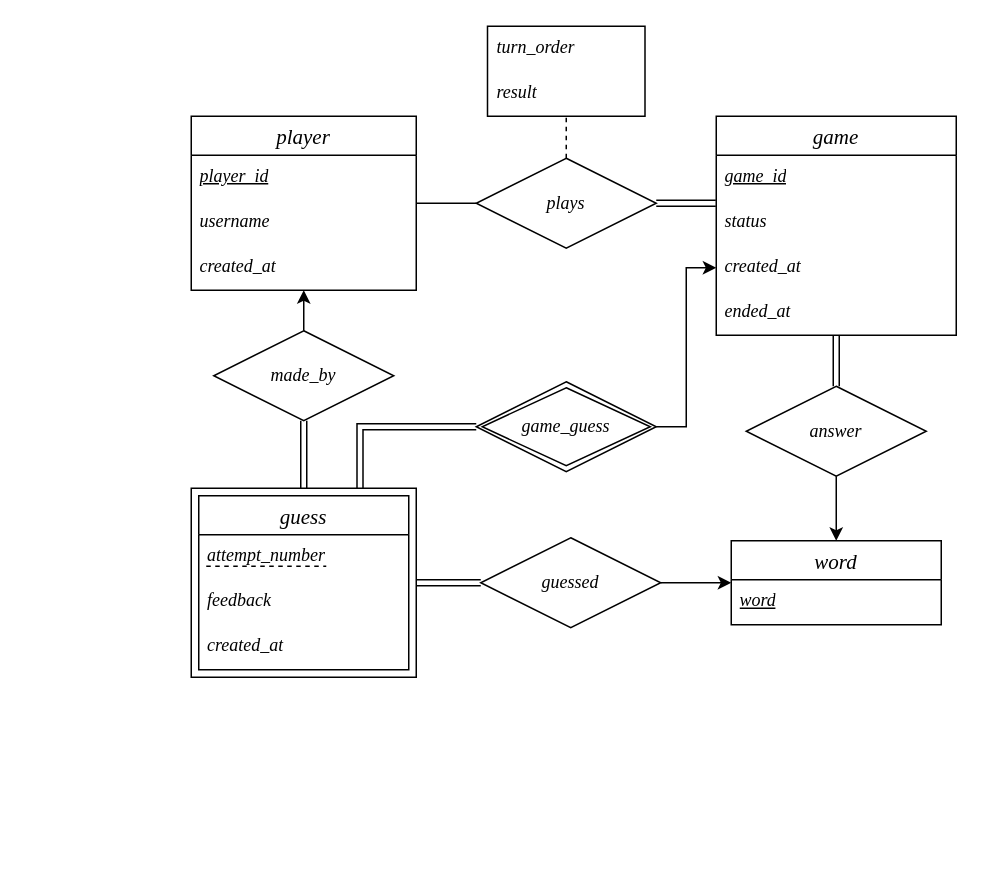
cmsc447-capstone/shared-state-wordle keeps this draw.io diagram as ER-Diagram/Wordle_ER_Diagram.drawio. Above is the earlier version. Source tidied: cells renumbered, new cells numbered last; positions are measured from the earlier drawing's top-left corner, leaving out a move shared by most shapes. Both pictures are drawn from the tidied source at 150%, with x=0, y=0 at pixel (190, 26).
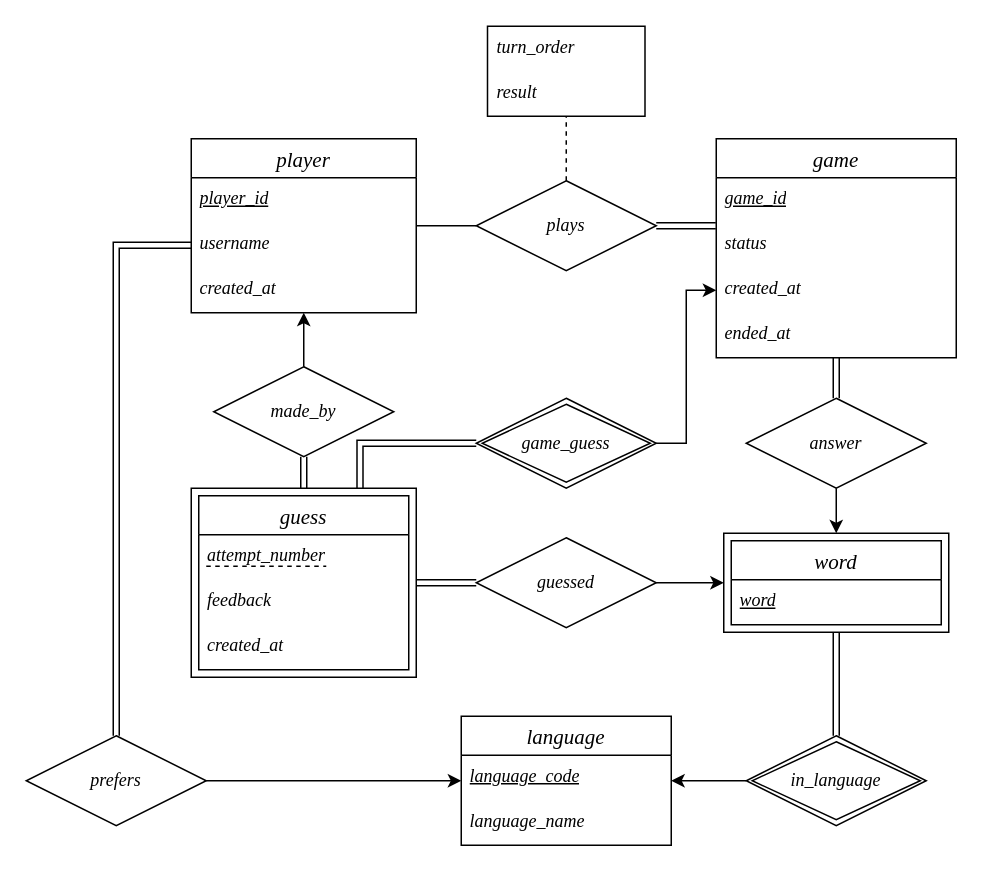
The same page after the edit.

Commit message (it also covers changes not shown here):
Updated ER diagram and seed.sql for language

Unchanged cells that the change refers to:
```xml
<mxCell id="7" value="username" style="text;strokeColor=none;fillColor=none;spacingLeft=4;spacingRight=4;overflow=hidden;points=[[0,0.5],[1,0.5]];portConstraint=eastwest;fontSize=12;whiteSpace=wrap;html=1;fontStyle=2;fontFamily=Times New Roman;" parent="5" vertex="1">
  <mxGeometry y="56" width="150" height="30" as="geometry" />
</mxCell>
<mxCell id="15" value="word" style="swimlane;fontStyle=2;horizontal=1;startSize=26;align=center;fontSize=14;fontFamily=Times New Roman;" parent="1" vertex="1">
  <mxGeometry x="360" y="343" width="140" height="56" as="geometry" />
</mxCell>
```

What changed in the source:
```diff
@@
+    <mxCell id="38" style="edgeStyle=orthogonalEdgeStyle;rounded=0;jettySize=auto;html=1;exitX=0.5;exitY=0;exitDx=0;exitDy=0;entryX=0.5;entryY=1;entryDx=0;entryDy=0;endArrow=none;endFill=0;startArrow=classic;startFill=1;" parent="1" edge="1" source="41" target="20">
+      <mxGeometry relative="1" as="geometry" />
+    </mxCell>
+    <mxCell id="39" style="edgeStyle=orthogonalEdgeStyle;rounded=0;jettySize=auto;html=1;exitX=0;exitY=0.5;exitDx=0;exitDy=0;entryX=1;entryY=0.5;entryDx=0;entryDy=0;endArrow=none;endFill=0;startArrow=classic;startFill=1;" parent="1" edge="1" source="41" target="18">
+      <mxGeometry relative="1" as="geometry" />
+    </mxCell>
+    <mxCell id="40" style="edgeStyle=orthogonalEdgeStyle;rounded=0;jettySize=auto;html=1;exitX=0.5;exitY=1;exitDx=0;exitDy=0;entryX=0.5;entryY=0;entryDx=0;entryDy=0;shape=link;" parent="1" edge="1" source="41" target="47">
+      <mxGeometry relative="1" as="geometry" />
+    </mxCell>
+    <mxCell id="41" style="rounded=0;whiteSpace=wrap;html=1;" parent="1" vertex="1">
+      <mxGeometry x="355" y="338" width="150" height="66" as="geometry" />
+    </mxCell>
@@
     <mxCell id="5" value="player" style="swimlane;fontStyle=2;horizontal=1;startSize=26;align=center;fontSize=14;fontFamily=Times New Roman;" parent="1" vertex="1">
-      <mxGeometry y="60" width="150" height="116" as="geometry" />
+      <mxGeometry y="75" width="150" height="116" as="geometry" />
     </mxCell>
@@
-    <mxCell id="14" style="edgeStyle=orthogonalEdgeStyle;rounded=0;jettySize=auto;html=1;exitX=0;exitY=0.5;exitDx=0;exitDy=0;entryX=1;entryY=0.5;entryDx=0;entryDy=0;endArrow=none;endFill=0;startArrow=classic;startFill=1;" parent="1" edge="1" source="15" target="18">
-      <mxGeometry relative="1" as="geometry" />
-    </mxCell>
@@
     <mxCell id="18" value="&lt;font face=&quot;Times New Roman&quot;&gt;&lt;i&gt;guessed&lt;/i&gt;&lt;/font&gt;" style="shape=rhombus;perimeter=rhombusPerimeter;whiteSpace=wrap;html=1;align=center;" parent="1" vertex="1">
-      <mxGeometry x="193" y="341" width="120" height="60" as="geometry" />
+      <mxGeometry x="190" y="341" width="120" height="60" as="geometry" />
     </mxCell>
-    <mxCell id="19" style="edgeStyle=orthogonalEdgeStyle;rounded=0;jettySize=auto;html=1;exitX=0.5;exitY=1;exitDx=0;exitDy=0;entryX=0.5;entryY=0;entryDx=0;entryDy=0;" parent="1" edge="1" source="20" target="15">
-      <mxGeometry relative="1" as="geometry" />
-    </mxCell>
     <mxCell id="20" value="&lt;font face=&quot;Times New Roman&quot;&gt;&lt;i&gt;answer&lt;/i&gt;&lt;/font&gt;" style="shape=rhombus;perimeter=rhombusPerimeter;whiteSpace=wrap;html=1;align=center;" parent="1" vertex="1">
-      <mxGeometry x="370" y="240" width="120" height="60" as="geometry" />
+      <mxGeometry x="370" y="248" width="120" height="60" as="geometry" />
     </mxCell>
@@
     <mxCell id="22" value="game" style="swimlane;fontStyle=2;horizontal=1;startSize=26;align=center;fontSize=14;fontFamily=Times New Roman;" parent="1" vertex="1">
-      <mxGeometry x="350" y="60" width="160" height="146" as="geometry" />
+      <mxGeometry x="350" y="75" width="160" height="146" as="geometry" />
     </mxCell>
@@
     <mxCell id="28" value="&lt;font face=&quot;Times New Roman&quot;&gt;&lt;i&gt;plays&lt;/i&gt;&lt;/font&gt;" style="shape=rhombus;perimeter=rhombusPerimeter;whiteSpace=wrap;html=1;align=center;" parent="1" vertex="1">
-      <mxGeometry x="190" y="88" width="120" height="60" as="geometry" />
+      <mxGeometry x="190" y="103" width="120" height="60" as="geometry" />
     </mxCell>
@@
     <mxCell id="31" value="game_guess" style="shape=rhombus;double=1;perimeter=rhombusPerimeter;whiteSpace=wrap;html=1;align=center;fontFamily=Times New Roman;fontStyle=2;" parent="1" vertex="1">
-      <mxGeometry x="190" y="237" width="120" height="60" as="geometry" />
+      <mxGeometry x="190" y="248" width="120" height="60" as="geometry" />
     </mxCell>
@@
     <mxCell id="33" value="&lt;font face=&quot;Times New Roman&quot;&gt;&lt;i&gt;made_by&lt;/i&gt;&lt;/font&gt;" style="shape=rhombus;perimeter=rhombusPerimeter;whiteSpace=wrap;html=1;align=center;" parent="1" vertex="1">
-      <mxGeometry x="15" y="203" width="120" height="60" as="geometry" />
+      <mxGeometry x="15" y="227" width="120" height="60" as="geometry" />
     </mxCell>
@@
+    <mxCell id="42" style="edgeStyle=orthogonalEdgeStyle;rounded=0;jettySize=auto;html=1;exitX=1;exitY=0.5;exitDx=0;exitDy=0;entryX=0;entryY=0.5;entryDx=0;entryDy=0;startArrow=classic;startFill=1;endArrow=none;endFill=0;" parent="1" edge="1" source="44" target="47">
+      <mxGeometry relative="1" as="geometry" />
+    </mxCell>
+    <mxCell id="43" style="edgeStyle=orthogonalEdgeStyle;rounded=0;jettySize=auto;html=1;exitX=0;exitY=0.5;exitDx=0;exitDy=0;entryX=1;entryY=0.5;entryDx=0;entryDy=0;endArrow=none;endFill=0;startArrow=classic;startFill=1;" parent="1" edge="1" source="44" target="48">
+      <mxGeometry relative="1" as="geometry" />
+    </mxCell>
+    <mxCell id="44" value="language" style="swimlane;fontStyle=2;horizontal=1;startSize=26;align=center;fontSize=14;fontFamily=Times New Roman;" parent="1" vertex="1">
+      <mxGeometry x="180" y="460" width="140" height="86" as="geometry" />
+    </mxCell>
+    <mxCell id="45" value="&lt;u&gt;language_code&lt;/u&gt;" style="text;strokeColor=none;fillColor=none;spacingLeft=4;spacingRight=4;overflow=hidden;fontSize=12;whiteSpace=wrap;html=1;fontStyle=2;fontFamily=Times New Roman;" parent="44" vertex="1">
+      <mxGeometry y="26" width="140" height="30" as="geometry" />
+    </mxCell>
+    <mxCell id="46" value="language_name" style="text;strokeColor=none;fillColor=none;spacingLeft=4;spacingRight=4;overflow=hidden;fontSize=12;whiteSpace=wrap;html=1;fontStyle=2;fontFamily=Times New Roman;" parent="44" vertex="1">
+      <mxGeometry y="56" width="140" height="30" as="geometry" />
+    </mxCell>
+    <mxCell id="47" value="in_language" style="shape=rhombus;double=1;perimeter=rhombusPerimeter;whiteSpace=wrap;html=1;align=center;fontFamily=Times New Roman;fontStyle=2;" parent="1" vertex="1">
+      <mxGeometry x="370" y="473" width="120" height="60" as="geometry" />
+    </mxCell>
+    <mxCell id="48" value="&lt;font face=&quot;Times New Roman&quot;&gt;&lt;i&gt;prefers&lt;/i&gt;&lt;/font&gt;" style="shape=rhombus;perimeter=rhombusPerimeter;whiteSpace=wrap;html=1;align=center;" parent="1" vertex="1">
+      <mxGeometry x="-110" y="473" width="120" height="60" as="geometry" />
+    </mxCell>
+    <mxCell id="49" style="edgeStyle=orthogonalEdgeStyle;rounded=0;jettySize=auto;html=1;exitX=0;exitY=0.5;exitDx=0;exitDy=0;entryX=0.5;entryY=0;entryDx=0;entryDy=0;shape=link;" parent="1" edge="1" source="7" target="48">
+      <mxGeometry relative="1" as="geometry" />
+    </mxCell>
```
